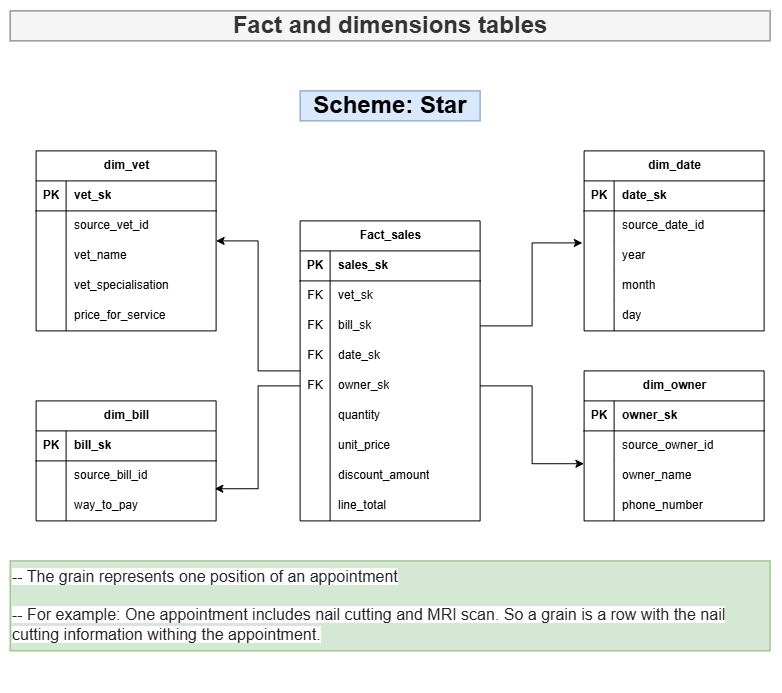
This is homework5_dw/Screenshots/Fact and dimensions tables.drawio.png from maksimyurchak/inno-de-lab-aug-2026_Maksim_Yurchak, a draw.io export, as it was before one commit. Source tidied: cells renumbered, new cells last; positions are measured from the earlier drawing's top-left corner, leaving out a move shared by most shapes.
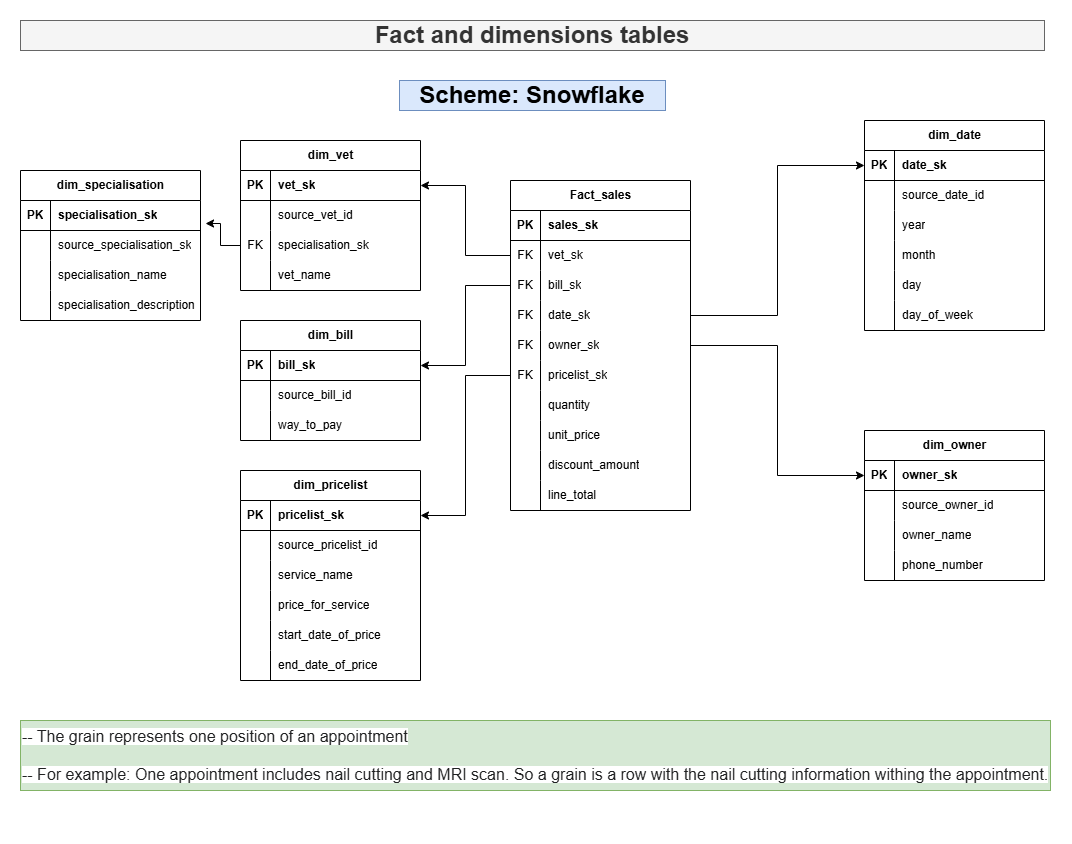
After the change.

Commit message:
Add corrected homework 5

What changed in the source:
```diff
@@ -5,5 +5,5 @@
     <mxCell id="2" value="Fact and dimensions tables" style="text;html=1;whiteSpace=wrap;strokeColor=#666666;fillColor=#f5f5f5;align=center;verticalAlign=middle;rounded=0;fontColor=#333333;fontSize=24;fontStyle=1;" parent="1" vertex="1">
-      <mxGeometry width="760" height="30" as="geometry" />
+      <mxGeometry x="-264" width="1024" height="30" as="geometry" />
     </mxCell>
-    <mxCell id="3" style="edgeStyle=orthogonalEdgeStyle;rounded=0;jettySize=auto;html=1;" parent="1" edge="1" source="4" target="32">
+    <mxCell id="3" style="edgeStyle=orthogonalEdgeStyle;rounded=0;jettySize=auto;html=1;entryX=1;entryY=0.5;entryDx=0;entryDy=0;exitX=0;exitY=0.5;exitDx=0;exitDy=0;" parent="1" edge="1" source="8" target="33">
       <mxGeometry relative="1" as="geometry" />
@@ -11,3 +11,3 @@
     <mxCell id="4" value="Fact_sales" style="shape=table;startSize=30;rowLines=0;fontStyle=1;align=center;html=1;" parent="1" vertex="1">
-      <mxGeometry x="290" y="210" width="180" height="300" as="geometry" />
+      <mxGeometry x="226" y="160" width="180" height="330" as="geometry" />
     </mxCell>
@@ -58,4 +58,13 @@
     </mxCell>
+    <mxCell id="92" style="shape=tableRow;horizontal=0;startSize=0;swimlaneHead=0;swimlaneBody=0;fillColor=none;points=[[0,0.5],[1,0.5]];portConstraint=eastwest;top=0;left=0;right=0;bottom=0;" parent="4" vertex="1">
+      <mxGeometry y="180" width="180" height="30" as="geometry" />
+    </mxCell>
+    <mxCell id="93" value="FK" style="shape=partialRectangle;fillColor=none;top=0;left=0;bottom=0;right=0;overflow=hidden;whiteSpace=wrap;html=1;" parent="92" vertex="1">
+      <mxGeometry width="30" height="30" as="geometry" />
+    </mxCell>
+    <mxCell id="94" value="pricelist_sk" style="shape=partialRectangle;fillColor=none;top=0;left=0;bottom=0;right=0;align=left;spacingLeft=6;overflow=hidden;whiteSpace=wrap;html=1;" parent="92" vertex="1">
+      <mxGeometry x="30" width="150" height="30" as="geometry" />
+    </mxCell>
     <mxCell id="20" style="shape=tableRow;horizontal=0;startSize=0;swimlaneHead=0;swimlaneBody=0;fillColor=none;top=0;left=0;right=0;bottom=0;" parent="4" vertex="1">
-      <mxGeometry y="180" width="180" height="30" as="geometry" />
+      <mxGeometry y="210" width="180" height="30" as="geometry" />
     </mxCell>
@@ -68,3 +77,3 @@
     <mxCell id="23" style="shape=tableRow;horizontal=0;startSize=0;swimlaneHead=0;swimlaneBody=0;fillColor=none;top=0;left=0;right=0;bottom=0;" parent="4" vertex="1">
-      <mxGeometry y="210" width="180" height="30" as="geometry" />
+      <mxGeometry y="240" width="180" height="30" as="geometry" />
     </mxCell>
@@ -77,3 +86,3 @@
     <mxCell id="26" style="shape=tableRow;horizontal=0;startSize=0;swimlaneHead=0;swimlaneBody=0;fillColor=none;top=0;left=0;right=0;bottom=0;" parent="4" vertex="1">
-      <mxGeometry y="240" width="180" height="30" as="geometry" />
+      <mxGeometry y="270" width="180" height="30" as="geometry" />
     </mxCell>
@@ -86,3 +95,3 @@
     <mxCell id="29" style="shape=tableRow;horizontal=0;startSize=0;swimlaneHead=0;swimlaneBody=0;fillColor=none;top=0;left=0;right=0;bottom=0;" parent="4" vertex="1">
-      <mxGeometry y="270" width="180" height="30" as="geometry" />
+      <mxGeometry y="300" width="180" height="30" as="geometry" />
     </mxCell>
@@ -94,4 +103,7 @@
     </mxCell>
+    <mxCell id="95" style="edgeStyle=orthogonalEdgeStyle;rounded=0;jettySize=auto;html=1;exitX=0;exitY=0.5;exitDx=0;exitDy=0;entryX=1.028;entryY=0.767;entryDx=0;entryDy=0;entryPerimeter=0;" parent="1" edge="1" source="96" target="122">
+      <mxGeometry relative="1" as="geometry" />
+    </mxCell>
     <mxCell id="32" value="dim_vet" style="shape=table;startSize=30;rowLines=0;fontStyle=1;align=center;html=1;" parent="1" vertex="1">
-      <mxGeometry x="26" y="140" width="180" height="180" as="geometry" />
+      <mxGeometry x="-44" y="120" width="180" height="150" as="geometry" />
     </mxCell>
@@ -115,34 +127,25 @@
     </mxCell>
-    <mxCell id="39" style="shape=tableRow;horizontal=0;startSize=0;swimlaneHead=0;swimlaneBody=0;fillColor=none;top=0;left=0;right=0;bottom=0;" parent="32" vertex="1">
-      <mxGeometry y="90" width="180" height="30" as="geometry" />
-    </mxCell>
-    <mxCell id="40" style="shape=partialRectangle;fillColor=none;top=0;left=0;bottom=0;right=0;overflow=hidden;whiteSpace=wrap;html=1;" parent="39" vertex="1">
-      <mxGeometry width="30" height="30" as="geometry" />
-    </mxCell>
+    <mxCell id="96" style="shape=tableRow;horizontal=0;startSize=0;swimlaneHead=0;swimlaneBody=0;fillColor=none;points=[[0,0.5],[1,0.5]];portConstraint=eastwest;top=0;left=0;right=0;bottom=0;" parent="32" vertex="1">
+      <mxGeometry y="90" width="180" height="30" as="geometry" />
+    </mxCell>
+    <mxCell id="97" value="FK" style="shape=partialRectangle;fillColor=none;top=0;left=0;bottom=0;right=0;overflow=hidden;whiteSpace=wrap;html=1;" parent="96" vertex="1">
+      <mxGeometry width="30" height="30" as="geometry" />
+    </mxCell>
+    <mxCell id="98" value="specialisation_sk" style="shape=partialRectangle;fillColor=none;top=0;left=0;bottom=0;right=0;align=left;spacingLeft=6;overflow=hidden;whiteSpace=wrap;html=1;" parent="96" vertex="1">
+      <mxGeometry x="30" width="150" height="30" as="geometry" />
+    </mxCell>
+    <mxCell id="99" style="shape=tableRow;horizontal=0;startSize=0;swimlaneHead=0;swimlaneBody=0;fillColor=none;top=0;left=0;right=0;bottom=0;" parent="32" vertex="1">
+      <mxGeometry y="120" width="180" height="30" as="geometry" />
+    </mxCell>
+    <mxCell id="100" style="shape=partialRectangle;fillColor=none;top=0;left=0;bottom=0;right=0;overflow=hidden;whiteSpace=wrap;html=1;" parent="99" vertex="1">
+      <mxGeometry width="30" height="30" as="geometry" />
+    </mxCell>
-    <mxCell id="41" value="vet_name" style="shape=partialRectangle;fillColor=none;top=0;left=0;bottom=0;right=0;align=left;spacingLeft=6;overflow=hidden;whiteSpace=wrap;html=1;" parent="39" vertex="1">
+    <mxCell id="41" value="vet_name" style="shape=partialRectangle;fillColor=none;top=0;left=0;bottom=0;right=0;align=left;spacingLeft=6;overflow=hidden;whiteSpace=wrap;html=1;" parent="99" vertex="1">
       <mxGeometry x="30" width="150" height="30" as="geometry" />
     </mxCell>
-    <mxCell id="42" style="shape=tableRow;horizontal=0;startSize=0;swimlaneHead=0;swimlaneBody=0;fillColor=none;top=0;left=0;right=0;bottom=0;" parent="32" vertex="1">
-      <mxGeometry y="120" width="180" height="30" as="geometry" />
-    </mxCell>
-    <mxCell id="43" style="shape=partialRectangle;fillColor=none;top=0;left=0;bottom=0;right=0;overflow=hidden;whiteSpace=wrap;html=1;" parent="42" vertex="1">
-      <mxGeometry width="30" height="30" as="geometry" />
-    </mxCell>
-    <mxCell id="44" value="vet_specialisation" style="shape=partialRectangle;fillColor=none;top=0;left=0;bottom=0;right=0;align=left;spacingLeft=6;overflow=hidden;whiteSpace=wrap;html=1;" parent="42" vertex="1">
-      <mxGeometry x="30" width="150" height="30" as="geometry" />
-    </mxCell>
-    <mxCell id="45" style="shape=tableRow;horizontal=0;startSize=0;swimlaneHead=0;swimlaneBody=0;fillColor=none;top=0;left=0;right=0;bottom=0;" parent="32" vertex="1">
-      <mxGeometry y="150" width="180" height="30" as="geometry" />
-    </mxCell>
-    <mxCell id="46" style="shape=partialRectangle;fillColor=none;top=0;left=0;bottom=0;right=0;overflow=hidden;whiteSpace=wrap;html=1;" parent="45" vertex="1">
-      <mxGeometry width="30" height="30" as="geometry" />
-    </mxCell>
-    <mxCell id="47" value="price_for_service" style="shape=partialRectangle;fillColor=none;top=0;left=0;bottom=0;right=0;align=left;spacingLeft=6;overflow=hidden;whiteSpace=wrap;html=1;" parent="45" vertex="1">
-      <mxGeometry x="30" width="150" height="30" as="geometry" />
-    </mxCell>
-    <mxCell id="48" value="Scheme: Star" style="text;html=1;whiteSpace=wrap;strokeColor=#6c8ebf;fillColor=#dae8fc;align=center;verticalAlign=middle;rounded=0;fontStyle=1;fontSize=24;" parent="1" vertex="1">
-      <mxGeometry x="290" y="80" width="180" height="30" as="geometry" />
+    <mxCell id="48" value="Scheme: Snowflake" style="text;html=1;whiteSpace=wrap;strokeColor=#6c8ebf;fillColor=#dae8fc;align=center;verticalAlign=middle;rounded=0;fontStyle=1;fontSize=24;" parent="1" vertex="1">
+      <mxGeometry x="115" y="60" width="266" height="30" as="geometry" />
     </mxCell>
     <mxCell id="49" value="dim_bill" style="shape=table;startSize=30;rowLines=0;fontStyle=1;align=center;html=1;" parent="1" vertex="1">
-      <mxGeometry x="26" y="390" width="180" height="120" as="geometry" />
+      <mxGeometry x="-44" y="300" width="180" height="120" as="geometry" />
     </mxCell>
@@ -175,7 +178,4 @@
     </mxCell>
-    <mxCell id="59" style="edgeStyle=orthogonalEdgeStyle;rounded=0;jettySize=auto;html=1;entryX=0.993;entryY=-0.072;entryDx=0;entryDy=0;entryPerimeter=0;" parent="1" edge="1" source="17" target="56">
-      <mxGeometry relative="1" as="geometry" />
-    </mxCell>
     <mxCell id="60" value="dim_date" style="shape=table;startSize=30;rowLines=0;fontStyle=1;align=center;html=1;" parent="1" vertex="1">
-      <mxGeometry x="574" y="140" width="180" height="180" as="geometry" />
+      <mxGeometry x="580" y="100" width="180" height="210" as="geometry" />
     </mxCell>
@@ -226,3 +226,12 @@
     </mxCell>
+    <mxCell id="101" style="shape=tableRow;horizontal=0;startSize=0;swimlaneHead=0;swimlaneBody=0;fillColor=none;top=0;left=0;right=0;bottom=0;" parent="60" vertex="1">
+      <mxGeometry y="180" width="180" height="30" as="geometry" />
+    </mxCell>
+    <mxCell id="102" style="shape=partialRectangle;fillColor=none;top=0;left=0;bottom=0;right=0;overflow=hidden;whiteSpace=wrap;html=1;" parent="101" vertex="1">
+      <mxGeometry width="30" height="30" as="geometry" />
+    </mxCell>
+    <mxCell id="103" value="day_of_week" style="shape=partialRectangle;fillColor=none;top=0;left=0;bottom=0;right=0;align=left;spacingLeft=6;overflow=hidden;whiteSpace=wrap;html=1;" parent="101" vertex="1">
+      <mxGeometry x="30" width="150" height="30" as="geometry" />
+    </mxCell>
-    <mxCell id="76" style="edgeStyle=orthogonalEdgeStyle;rounded=0;jettySize=auto;html=1;entryX=-0.01;entryY=0.067;entryDx=0;entryDy=0;entryPerimeter=0;" parent="1" edge="1" source="11" target="67">
+    <mxCell id="76" style="edgeStyle=orthogonalEdgeStyle;rounded=0;jettySize=auto;html=1;entryX=0;entryY=0.5;entryDx=0;entryDy=0;exitX=1;exitY=0.5;exitDx=0;exitDy=0;" parent="1" edge="1" source="14" target="61">
       <mxGeometry relative="1" as="geometry" />
@@ -230,3 +239,3 @@
     <mxCell id="77" value="dim_owner" style="shape=table;startSize=30;rowLines=0;fontStyle=1;align=center;html=1;" parent="1" vertex="1">
-      <mxGeometry x="574" y="360" width="180" height="150" as="geometry" />
+      <mxGeometry x="580" y="410" width="180" height="150" as="geometry" />
     </mxCell>
@@ -268,3 +277,3 @@
     </mxCell>
-    <mxCell id="90" style="edgeStyle=orthogonalEdgeStyle;rounded=0;jettySize=auto;html=1;entryX=-0.001;entryY=0.094;entryDx=0;entryDy=0;entryPerimeter=0;" parent="1" edge="1" source="17" target="84">
+    <mxCell id="90" style="edgeStyle=orthogonalEdgeStyle;rounded=0;jettySize=auto;html=1;entryX=0;entryY=0.5;entryDx=0;entryDy=0;" parent="1" edge="1" source="17" target="78">
       <mxGeometry relative="1" as="geometry" />
@@ -272,4 +281,106 @@
     <mxCell id="91" value="&lt;span style=&quot;color: rgb(32, 33, 34); font-family: sans-serif; font-size: 16px; background-color: rgb(255, 255, 255);&quot;&gt;-- The grain represents one position of an appointment&lt;/span&gt;&lt;div&gt;&lt;span style=&quot;color: rgb(32, 33, 34); font-family: sans-serif; font-size: 16px; background-color: rgb(255, 255, 255);&quot;&gt;&lt;br&gt;&lt;/span&gt;&lt;/div&gt;&lt;div&gt;&lt;span style=&quot;color: rgb(32, 33, 34); font-family: sans-serif; font-size: 16px; background-color: rgb(255, 255, 255);&quot;&gt;-- For example: One appointment includes nail cutting and MRI scan. So a grain is a row with the nail cutting information withing the appointment.&lt;/span&gt;&lt;/div&gt;&lt;div&gt;&lt;span style=&quot;color: rgb(32, 33, 34); font-family: sans-serif; font-size: 16px; background-color: rgb(255, 255, 255);&quot;&gt;&lt;br&gt;&lt;/span&gt;&lt;/div&gt;&lt;div&gt;&lt;span style=&quot;color: rgb(32, 33, 34); font-family: sans-serif; font-size: 16px; background-color: rgb(255, 255, 255);&quot;&gt;&lt;br&gt;&lt;/span&gt;&lt;/div&gt;" style="text;html=1;whiteSpace=wrap;strokeColor=#82b366;fillColor=#d5e8d4;align=left;verticalAlign=top;rounded=0;" parent="1" vertex="1">
-      <mxGeometry y="550" width="760" height="90" as="geometry" />
+      <mxGeometry x="-264" y="700" width="1030" height="70" as="geometry" />
     </mxCell>
+    <mxCell id="104" value="dim_pricelist" style="shape=table;startSize=30;rowLines=0;fontStyle=1;align=center;html=1;" parent="1" vertex="1">
+      <mxGeometry x="-44" y="450" width="180" height="210" as="geometry" />
+    </mxCell>
+    <mxCell id="105" style="shape=tableRow;horizontal=0;startSize=0;swimlaneHead=0;swimlaneBody=0;fillColor=none;points=[[0,0.5],[1,0.5]];portConstraint=eastwest;top=0;left=0;right=0;bottom=1;" parent="104" vertex="1">
+      <mxGeometry y="30" width="180" height="30" as="geometry" />
+    </mxCell>
+    <mxCell id="106" value="PK" style="shape=partialRectangle;fillColor=none;top=0;left=0;bottom=0;right=0;fontStyle=1;overflow=hidden;whiteSpace=wrap;html=1;" parent="105" vertex="1">
+      <mxGeometry width="30" height="30" as="geometry" />
+    </mxCell>
+    <mxCell id="107" value="&lt;span style=&quot;text-align: center; white-space: nowrap;&quot;&gt;pricelist&lt;/span&gt;_sk" style="shape=partialRectangle;fillColor=none;top=0;left=0;bottom=0;right=0;align=left;spacingLeft=6;fontStyle=1;overflow=hidden;whiteSpace=wrap;html=1;" parent="105" vertex="1">
+      <mxGeometry x="30" width="150" height="30" as="geometry" />
+    </mxCell>
+    <mxCell id="108" style="shape=tableRow;horizontal=0;startSize=0;swimlaneHead=0;swimlaneBody=0;fillColor=none;top=0;left=0;right=0;bottom=0;" parent="104" vertex="1">
+      <mxGeometry y="60" width="180" height="30" as="geometry" />
+    </mxCell>
+    <mxCell id="109" style="shape=partialRectangle;fillColor=none;top=0;left=0;bottom=0;right=0;overflow=hidden;whiteSpace=wrap;html=1;" parent="108" vertex="1">
+      <mxGeometry width="30" height="30" as="geometry" />
+    </mxCell>
+    <mxCell id="110" value="source_&lt;span style=&quot;text-align: center; white-space: nowrap;&quot;&gt;pricelist&lt;/span&gt;_id" style="shape=partialRectangle;fillColor=none;top=0;left=0;bottom=0;right=0;align=left;spacingLeft=6;overflow=hidden;whiteSpace=wrap;html=1;" parent="108" vertex="1">
+      <mxGeometry x="30" width="150" height="30" as="geometry" />
+    </mxCell>
+    <mxCell id="111" style="shape=tableRow;horizontal=0;startSize=0;swimlaneHead=0;swimlaneBody=0;fillColor=none;top=0;left=0;right=0;bottom=0;" parent="104" vertex="1">
+      <mxGeometry y="90" width="180" height="30" as="geometry" />
+    </mxCell>
+    <mxCell id="112" style="shape=partialRectangle;fillColor=none;top=0;left=0;bottom=0;right=0;overflow=hidden;whiteSpace=wrap;html=1;" parent="111" vertex="1">
+      <mxGeometry width="30" height="30" as="geometry" />
+    </mxCell>
+    <mxCell id="113" value="service_name" style="shape=partialRectangle;fillColor=none;top=0;left=0;bottom=0;right=0;align=left;spacingLeft=6;overflow=hidden;whiteSpace=wrap;html=1;" parent="111" vertex="1">
+      <mxGeometry x="30" width="150" height="30" as="geometry" />
+    </mxCell>
+    <mxCell id="114" style="shape=tableRow;horizontal=0;startSize=0;swimlaneHead=0;swimlaneBody=0;fillColor=none;top=0;left=0;right=0;bottom=0;" parent="104" vertex="1">
+      <mxGeometry y="120" width="180" height="30" as="geometry" />
+    </mxCell>
+    <mxCell id="115" style="shape=partialRectangle;fillColor=none;top=0;left=0;bottom=0;right=0;overflow=hidden;whiteSpace=wrap;html=1;" parent="114" vertex="1">
+      <mxGeometry width="30" height="30" as="geometry" />
+    </mxCell>
+    <mxCell id="47" value="price_for_service" style="shape=partialRectangle;fillColor=none;top=0;left=0;bottom=0;right=0;align=left;spacingLeft=6;overflow=hidden;whiteSpace=wrap;html=1;" parent="114" vertex="1">
+      <mxGeometry x="30" width="150" height="30" as="geometry" />
+    </mxCell>
+    <mxCell id="45" style="shape=tableRow;horizontal=0;startSize=0;swimlaneHead=0;swimlaneBody=0;fillColor=none;top=0;left=0;right=0;bottom=0;" parent="104" vertex="1">
+      <mxGeometry y="150" width="180" height="30" as="geometry" />
+    </mxCell>
+    <mxCell id="116" style="shape=partialRectangle;fillColor=none;top=0;left=0;bottom=0;right=0;overflow=hidden;whiteSpace=wrap;html=1;" parent="45" vertex="1">
+      <mxGeometry width="30" height="30" as="geometry" />
+    </mxCell>
+    <mxCell id="117" value="start_date_of_price" style="shape=partialRectangle;fillColor=none;top=0;left=0;bottom=0;right=0;align=left;spacingLeft=6;overflow=hidden;whiteSpace=wrap;html=1;" parent="45" vertex="1">
+      <mxGeometry x="30" width="150" height="30" as="geometry" />
+    </mxCell>
+    <mxCell id="118" style="shape=tableRow;horizontal=0;startSize=0;swimlaneHead=0;swimlaneBody=0;fillColor=none;top=0;left=0;right=0;bottom=0;" parent="104" vertex="1">
+      <mxGeometry y="180" width="180" height="30" as="geometry" />
+    </mxCell>
+    <mxCell id="119" style="shape=partialRectangle;fillColor=none;top=0;left=0;bottom=0;right=0;overflow=hidden;whiteSpace=wrap;html=1;" parent="118" vertex="1">
+      <mxGeometry width="30" height="30" as="geometry" />
+    </mxCell>
+    <mxCell id="120" value="end_date_of_price" style="shape=partialRectangle;fillColor=none;top=0;left=0;bottom=0;right=0;align=left;spacingLeft=6;overflow=hidden;whiteSpace=wrap;html=1;" parent="118" vertex="1">
+      <mxGeometry x="30" width="150" height="30" as="geometry" />
+    </mxCell>
+    <mxCell id="121" value="dim_&lt;span style=&quot;text-align: left; white-space: normal;&quot;&gt;specialisation&lt;/span&gt;" style="shape=table;startSize=30;rowLines=0;fontStyle=1;align=center;html=1;" parent="1" vertex="1">
+      <mxGeometry x="-264" y="150" width="180" height="150" as="geometry" />
+    </mxCell>
+    <mxCell id="122" style="shape=tableRow;horizontal=0;startSize=0;swimlaneHead=0;swimlaneBody=0;fillColor=none;points=[[0,0.5],[1,0.5]];portConstraint=eastwest;top=0;left=0;right=0;bottom=1;" parent="121" vertex="1">
+      <mxGeometry y="30" width="180" height="30" as="geometry" />
+    </mxCell>
+    <mxCell id="123" value="PK" style="shape=partialRectangle;fillColor=none;top=0;left=0;bottom=0;right=0;fontStyle=1;overflow=hidden;whiteSpace=wrap;html=1;" parent="122" vertex="1">
+      <mxGeometry width="30" height="30" as="geometry" />
+    </mxCell>
+    <mxCell id="124" value="specialisation_sk" style="shape=partialRectangle;fillColor=none;top=0;left=0;bottom=0;right=0;align=left;spacingLeft=6;fontStyle=1;overflow=hidden;whiteSpace=wrap;html=1;" parent="122" vertex="1">
+      <mxGeometry x="30" width="150" height="30" as="geometry" />
+    </mxCell>
+    <mxCell id="125" style="shape=tableRow;horizontal=0;startSize=0;swimlaneHead=0;swimlaneBody=0;fillColor=none;top=0;left=0;right=0;bottom=0;" parent="121" vertex="1">
+      <mxGeometry y="60" width="180" height="30" as="geometry" />
+    </mxCell>
+    <mxCell id="126" style="shape=partialRectangle;fillColor=none;top=0;left=0;bottom=0;right=0;overflow=hidden;whiteSpace=wrap;html=1;" parent="125" vertex="1">
+      <mxGeometry width="30" height="30" as="geometry" />
+    </mxCell>
+    <mxCell id="127" value="source_specialisation_sk" style="shape=partialRectangle;fillColor=none;top=0;left=0;bottom=0;right=0;align=left;spacingLeft=6;overflow=hidden;whiteSpace=wrap;html=1;" parent="125" vertex="1">
+      <mxGeometry x="30" width="150" height="30" as="geometry" />
+    </mxCell>
+    <mxCell id="128" style="shape=tableRow;horizontal=0;startSize=0;swimlaneHead=0;swimlaneBody=0;fillColor=none;top=0;left=0;right=0;bottom=0;" parent="121" vertex="1">
+      <mxGeometry y="90" width="180" height="30" as="geometry" />
+    </mxCell>
+    <mxCell id="129" style="shape=partialRectangle;fillColor=none;top=0;left=0;bottom=0;right=0;overflow=hidden;whiteSpace=wrap;html=1;" parent="128" vertex="1">
+      <mxGeometry width="30" height="30" as="geometry" />
+    </mxCell>
+    <mxCell id="130" value="specialisation_name" style="shape=partialRectangle;fillColor=none;top=0;left=0;bottom=0;right=0;align=left;spacingLeft=6;overflow=hidden;whiteSpace=wrap;html=1;" parent="128" vertex="1">
+      <mxGeometry x="30" width="150" height="30" as="geometry" />
+    </mxCell>
+    <mxCell id="131" style="shape=tableRow;horizontal=0;startSize=0;swimlaneHead=0;swimlaneBody=0;fillColor=none;top=0;left=0;right=0;bottom=0;" parent="121" vertex="1">
+      <mxGeometry y="120" width="180" height="30" as="geometry" />
+    </mxCell>
+    <mxCell id="132" style="shape=partialRectangle;fillColor=none;top=0;left=0;bottom=0;right=0;overflow=hidden;whiteSpace=wrap;html=1;" parent="131" vertex="1">
+      <mxGeometry width="30" height="30" as="geometry" />
+    </mxCell>
+    <mxCell id="133" value="specialisation_description" style="shape=partialRectangle;fillColor=none;top=0;left=0;bottom=0;right=0;align=left;spacingLeft=6;overflow=hidden;whiteSpace=wrap;html=1;" parent="131" vertex="1">
+      <mxGeometry x="30" width="150" height="30" as="geometry" />
+    </mxCell>
+    <mxCell id="134" style="edgeStyle=orthogonalEdgeStyle;rounded=0;jettySize=auto;html=1;entryX=1;entryY=0.5;entryDx=0;entryDy=0;exitX=0;exitY=0.5;exitDx=0;exitDy=0;" parent="1" edge="1" source="92" target="105">
+      <mxGeometry relative="1" as="geometry" />
+    </mxCell>
+    <mxCell id="135" style="edgeStyle=orthogonalEdgeStyle;rounded=0;jettySize=auto;html=1;entryX=1;entryY=0.5;entryDx=0;entryDy=0;exitX=0;exitY=0.5;exitDx=0;exitDy=0;" parent="1" edge="1" source="11" target="50">
+      <mxGeometry relative="1" as="geometry" />
+    </mxCell>
   </root>
```
